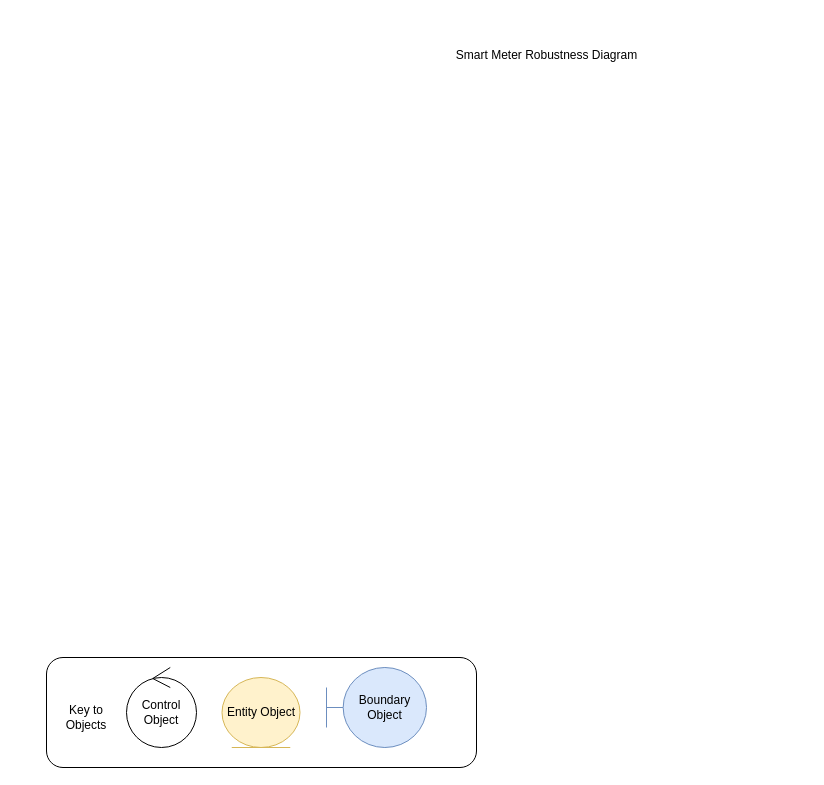
This is project/UMLmodel/drawio/TicketMachineRobustness.drawio from cristiano-93/CristianoTicketMachine, a draw.io file, before an edit. Source tidied: cells renumbered, new cells numbered last; positions are measured from the earlier drawing's top-left corner, leaving out a move shared by most shapes. Both pictures are drawn from the tidied source at 100%, with x=0, y=0 at pixel (46, 45).
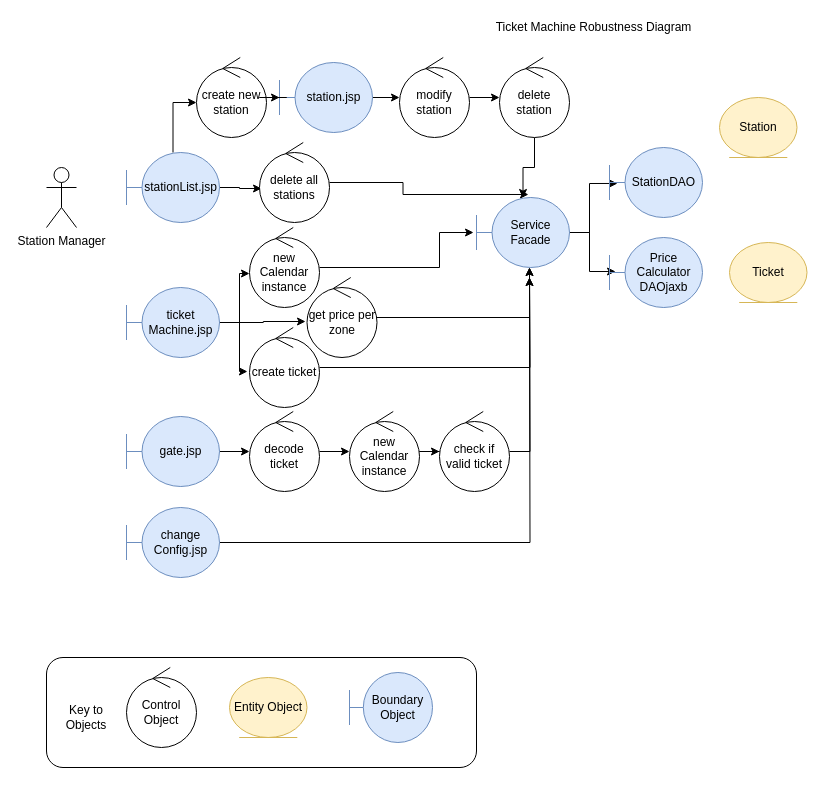
Above is the later version.

Change to the diagram source:
```diff
@@
     <mxCell id="4" value="Entity Object" style="ellipse;shape=umlEntity;whiteSpace=wrap;html=1;fillColor=#fff2cc;strokeColor=#d6b656;" parent="1" vertex="1">
-      <mxGeometry x="175.5" y="632" width="78" height="70" as="geometry" />
+      <mxGeometry x="183" y="632" width="77.5" height="60" as="geometry" />
     </mxCell>
-    <mxCell id="5" value="Boundary Object" style="shape=umlBoundary;whiteSpace=wrap;html=1;fillColor=#dae8fc;strokeColor=#6c8ebf;" parent="1" vertex="1">
-      <mxGeometry x="280" y="622" width="100" height="80" as="geometry" />
-    </mxCell>
@@
-    <mxCell id="7" value="Smart Meter Robustness Diagram" style="text;html=1;strokeColor=none;fillColor=none;align=center;verticalAlign=middle;whiteSpace=wrap;rounded=0;" parent="1" vertex="1">
-      <mxGeometry x="293" width="415" height="20" as="geometry" />
+    <mxCell id="7" value="Ticket Machine Robustness Diagram" style="text;html=1;strokeColor=none;fillColor=none;align=center;verticalAlign=middle;whiteSpace=wrap;rounded=0;" parent="1" vertex="1">
+      <mxGeometry x="340" y="-28" width="415" height="20" as="geometry" />
     </mxCell>
+    <mxCell id="8" value="Station Manager" style="shape=umlActor;verticalLabelPosition=bottom;verticalAlign=top;html=1;" parent="1" vertex="1">
+      <mxGeometry y="122" width="30" height="60" as="geometry" />
+    </mxCell>
+    <mxCell id="9" style="edgeStyle=orthogonalEdgeStyle;rounded=0;jettySize=auto;html=1;entryX=0;entryY=0.563;entryDx=0;entryDy=0;entryPerimeter=0;" parent="1" edge="1" source="11" target="16">
+      <mxGeometry relative="1" as="geometry" />
+    </mxCell>
+    <mxCell id="10" style="edgeStyle=orthogonalEdgeStyle;rounded=0;jettySize=auto;html=1;entryX=0.029;entryY=0.575;entryDx=0;entryDy=0;entryPerimeter=0;" parent="1" edge="1" source="11" target="18">
+      <mxGeometry relative="1" as="geometry" />
+    </mxCell>
+    <mxCell id="11" value="stationList.jsp" style="shape=umlBoundary;whiteSpace=wrap;html=1;fillColor=#dae8fc;strokeColor=#6c8ebf;" parent="1" vertex="1">
+      <mxGeometry x="80" y="107" width="93" height="70" as="geometry" />
+    </mxCell>
+    <mxCell id="5" value="Boundary Object" style="shape=umlBoundary;whiteSpace=wrap;html=1;fillColor=#dae8fc;strokeColor=#6c8ebf;" parent="1" vertex="1">
+      <mxGeometry x="303" y="627" width="83" height="70" as="geometry" />
+    </mxCell>
+    <mxCell id="12" style="edgeStyle=orthogonalEdgeStyle;rounded=0;jettySize=auto;html=1;entryX=0;entryY=0.575;entryDx=0;entryDy=0;entryPerimeter=0;" parent="1" edge="1" source="15" target="24">
+      <mxGeometry relative="1" as="geometry" />
+    </mxCell>
+    <mxCell id="13" style="edgeStyle=orthogonalEdgeStyle;rounded=0;jettySize=auto;html=1;entryX=-0.021;entryY=0.55;entryDx=0;entryDy=0;entryPerimeter=0;" parent="1" edge="1" source="15" target="26">
+      <mxGeometry relative="1" as="geometry" />
+    </mxCell>
+    <mxCell id="14" style="edgeStyle=orthogonalEdgeStyle;rounded=0;jettySize=auto;html=1;entryX=-0.029;entryY=0.55;entryDx=0;entryDy=0;entryPerimeter=0;" parent="1" edge="1" source="15" target="28">
+      <mxGeometry relative="1" as="geometry" />
+    </mxCell>
+    <mxCell id="15" value="ticket&lt;br&gt;Machine.jsp" style="shape=umlBoundary;whiteSpace=wrap;html=1;fillColor=#dae8fc;strokeColor=#6c8ebf;" parent="1" vertex="1">
+      <mxGeometry x="80" y="242" width="93" height="70" as="geometry" />
+    </mxCell>
+    <mxCell id="16" value="create new station" style="ellipse;shape=umlControl;whiteSpace=wrap;html=1;" parent="1" vertex="1">
+      <mxGeometry x="150" y="12" width="70" height="80" as="geometry" />
+    </mxCell>
+    <mxCell id="17" style="edgeStyle=orthogonalEdgeStyle;rounded=0;jettySize=auto;html=1;entryX=0.559;entryY=-0.043;entryDx=0;entryDy=0;entryPerimeter=0;" parent="1" edge="1" source="18" target="31">
+      <mxGeometry relative="1" as="geometry" />
+    </mxCell>
+    <mxCell id="18" value="delete all stations" style="ellipse;shape=umlControl;whiteSpace=wrap;html=1;" parent="1" vertex="1">
+      <mxGeometry x="213" y="97" width="70" height="80" as="geometry" />
+    </mxCell>
+    <mxCell id="19" style="edgeStyle=orthogonalEdgeStyle;rounded=0;jettySize=auto;html=1;" parent="1" edge="1" source="20" target="22">
+      <mxGeometry relative="1" as="geometry" />
+    </mxCell>
+    <mxCell id="20" value="modify station" style="ellipse;shape=umlControl;whiteSpace=wrap;html=1;" parent="1" vertex="1">
+      <mxGeometry x="353" y="12" width="70" height="80" as="geometry" />
+    </mxCell>
+    <mxCell id="21" style="edgeStyle=orthogonalEdgeStyle;rounded=0;jettySize=auto;html=1;" parent="1" edge="1" source="22" target="31">
+      <mxGeometry relative="1" as="geometry" />
+    </mxCell>
+    <mxCell id="22" value="delete station" style="ellipse;shape=umlControl;whiteSpace=wrap;html=1;" parent="1" vertex="1">
+      <mxGeometry x="453" y="12" width="70" height="80" as="geometry" />
+    </mxCell>
+    <mxCell id="23" style="edgeStyle=orthogonalEdgeStyle;rounded=0;jettySize=auto;html=1;entryX=-0.032;entryY=0.5;entryDx=0;entryDy=0;entryPerimeter=0;" parent="1" edge="1" source="24" target="31">
+      <mxGeometry relative="1" as="geometry">
+        <Array as="points">
+          <mxPoint x="393" y="222" />
+          <mxPoint x="393" y="187" />
+        </Array>
+      </mxGeometry>
+    </mxCell>
+    <mxCell id="24" value="new Calendar instance" style="ellipse;shape=umlControl;whiteSpace=wrap;html=1;" parent="1" vertex="1">
+      <mxGeometry x="203" y="182" width="70" height="80" as="geometry" />
+    </mxCell>
+    <mxCell id="25" style="edgeStyle=orthogonalEdgeStyle;rounded=0;jettySize=auto;html=1;entryX=0.57;entryY=1;entryDx=0;entryDy=0;entryPerimeter=0;" parent="1" edge="1" source="26" target="31">
+      <mxGeometry relative="1" as="geometry" />
+    </mxCell>
+    <mxCell id="26" value="get price per zone" style="ellipse;shape=umlControl;whiteSpace=wrap;html=1;" parent="1" vertex="1">
+      <mxGeometry x="260.5" y="232" width="70" height="80" as="geometry" />
+    </mxCell>
+    <mxCell id="27" style="edgeStyle=orthogonalEdgeStyle;rounded=0;jettySize=auto;html=1;" parent="1" edge="1" source="28">
+      <mxGeometry relative="1" as="geometry">
+        <mxPoint x="483" y="222" as="targetPoint" />
+      </mxGeometry>
+    </mxCell>
+    <mxCell id="28" value="create ticket" style="ellipse;shape=umlControl;whiteSpace=wrap;html=1;" parent="1" vertex="1">
+      <mxGeometry x="203" y="282" width="70" height="80" as="geometry" />
+    </mxCell>
+    <mxCell id="29" style="edgeStyle=orthogonalEdgeStyle;rounded=0;jettySize=auto;html=1;entryX=0.086;entryY=0.514;entryDx=0;entryDy=0;entryPerimeter=0;" parent="1" edge="1" source="31" target="32">
+      <mxGeometry relative="1" as="geometry" />
+    </mxCell>
+    <mxCell id="30" style="edgeStyle=orthogonalEdgeStyle;rounded=0;jettySize=auto;html=1;entryX=0.065;entryY=0.486;entryDx=0;entryDy=0;entryPerimeter=0;" parent="1" edge="1" source="31" target="33">
+      <mxGeometry relative="1" as="geometry" />
+    </mxCell>
+    <mxCell id="31" value="Service Facade" style="shape=umlBoundary;whiteSpace=wrap;html=1;fillColor=#dae8fc;strokeColor=#6c8ebf;" parent="1" vertex="1">
+      <mxGeometry x="430" y="152" width="93" height="70" as="geometry" />
+    </mxCell>
+    <mxCell id="32" value="StationDAO" style="shape=umlBoundary;whiteSpace=wrap;html=1;fillColor=#dae8fc;strokeColor=#6c8ebf;" parent="1" vertex="1">
+      <mxGeometry x="563" y="102" width="93" height="70" as="geometry" />
+    </mxCell>
+    <mxCell id="33" value="Price&lt;br&gt;Calculator&lt;br&gt;DAOjaxb" style="shape=umlBoundary;whiteSpace=wrap;html=1;fillColor=#dae8fc;strokeColor=#6c8ebf;" parent="1" vertex="1">
+      <mxGeometry x="563" y="192" width="93" height="70" as="geometry" />
+    </mxCell>
+    <mxCell id="34" value="Station" style="ellipse;shape=umlEntity;whiteSpace=wrap;html=1;fillColor=#fff2cc;strokeColor=#d6b656;" parent="1" vertex="1">
+      <mxGeometry x="673" y="52" width="77.5" height="60" as="geometry" />
+    </mxCell>
+    <mxCell id="35" value="Ticket" style="ellipse;shape=umlEntity;whiteSpace=wrap;html=1;fillColor=#fff2cc;strokeColor=#d6b656;" parent="1" vertex="1">
+      <mxGeometry x="683" y="197" width="77.5" height="60" as="geometry" />
+    </mxCell>
+    <mxCell id="36" style="edgeStyle=orthogonalEdgeStyle;rounded=0;jettySize=auto;html=1;" parent="1" edge="1" source="37" target="20">
+      <mxGeometry relative="1" as="geometry" />
+    </mxCell>
+    <mxCell id="37" value="station.jsp" style="shape=umlBoundary;whiteSpace=wrap;html=1;fillColor=#dae8fc;strokeColor=#6c8ebf;" parent="1" vertex="1">
+      <mxGeometry x="233" y="17" width="93" height="70" as="geometry" />
+    </mxCell>
+    <mxCell id="38" style="edgeStyle=orthogonalEdgeStyle;rounded=0;jettySize=auto;html=1;" parent="1" edge="1" source="16" target="37">
+      <mxGeometry relative="1" as="geometry" />
+    </mxCell>
+    <mxCell id="39" style="edgeStyle=orthogonalEdgeStyle;rounded=0;jettySize=auto;html=1;" parent="1" edge="1" source="40" target="44">
+      <mxGeometry relative="1" as="geometry" />
+    </mxCell>
+    <mxCell id="40" value="gate.jsp" style="shape=umlBoundary;whiteSpace=wrap;html=1;fillColor=#dae8fc;strokeColor=#6c8ebf;" parent="1" vertex="1">
+      <mxGeometry x="80" y="371" width="93" height="70" as="geometry" />
+    </mxCell>
+    <mxCell id="41" style="edgeStyle=orthogonalEdgeStyle;rounded=0;jettySize=auto;html=1;" parent="1" edge="1" source="42" target="46">
+      <mxGeometry relative="1" as="geometry" />
+    </mxCell>
+    <mxCell id="42" value="new Calendar instance" style="ellipse;shape=umlControl;whiteSpace=wrap;html=1;" parent="1" vertex="1">
+      <mxGeometry x="303" y="366" width="70" height="80" as="geometry" />
+    </mxCell>
+    <mxCell id="43" style="edgeStyle=orthogonalEdgeStyle;rounded=0;jettySize=auto;html=1;" parent="1" edge="1" source="44" target="42">
+      <mxGeometry relative="1" as="geometry" />
+    </mxCell>
+    <mxCell id="44" value="decode ticket" style="ellipse;shape=umlControl;whiteSpace=wrap;html=1;" parent="1" vertex="1">
+      <mxGeometry x="203" y="366" width="70" height="80" as="geometry" />
+    </mxCell>
+    <mxCell id="45" style="edgeStyle=orthogonalEdgeStyle;rounded=0;jettySize=auto;html=1;" parent="1" edge="1" source="46">
+      <mxGeometry relative="1" as="geometry">
+        <mxPoint x="483" y="232" as="targetPoint" />
+      </mxGeometry>
+    </mxCell>
+    <mxCell id="46" value="check if valid ticket" style="ellipse;shape=umlControl;whiteSpace=wrap;html=1;" parent="1" vertex="1">
+      <mxGeometry x="393" y="366" width="70" height="80" as="geometry" />
+    </mxCell>
+    <mxCell id="47" style="edgeStyle=orthogonalEdgeStyle;rounded=0;jettySize=auto;html=1;" parent="1" edge="1" source="48">
+      <mxGeometry relative="1" as="geometry">
+        <mxPoint x="483" y="232" as="targetPoint" />
+      </mxGeometry>
+    </mxCell>
+    <mxCell id="48" value="change&lt;br&gt;Config.jsp" style="shape=umlBoundary;whiteSpace=wrap;html=1;fillColor=#dae8fc;strokeColor=#6c8ebf;" parent="1" vertex="1">
+      <mxGeometry x="80" y="462" width="93" height="70" as="geometry" />
+    </mxCell>
```
